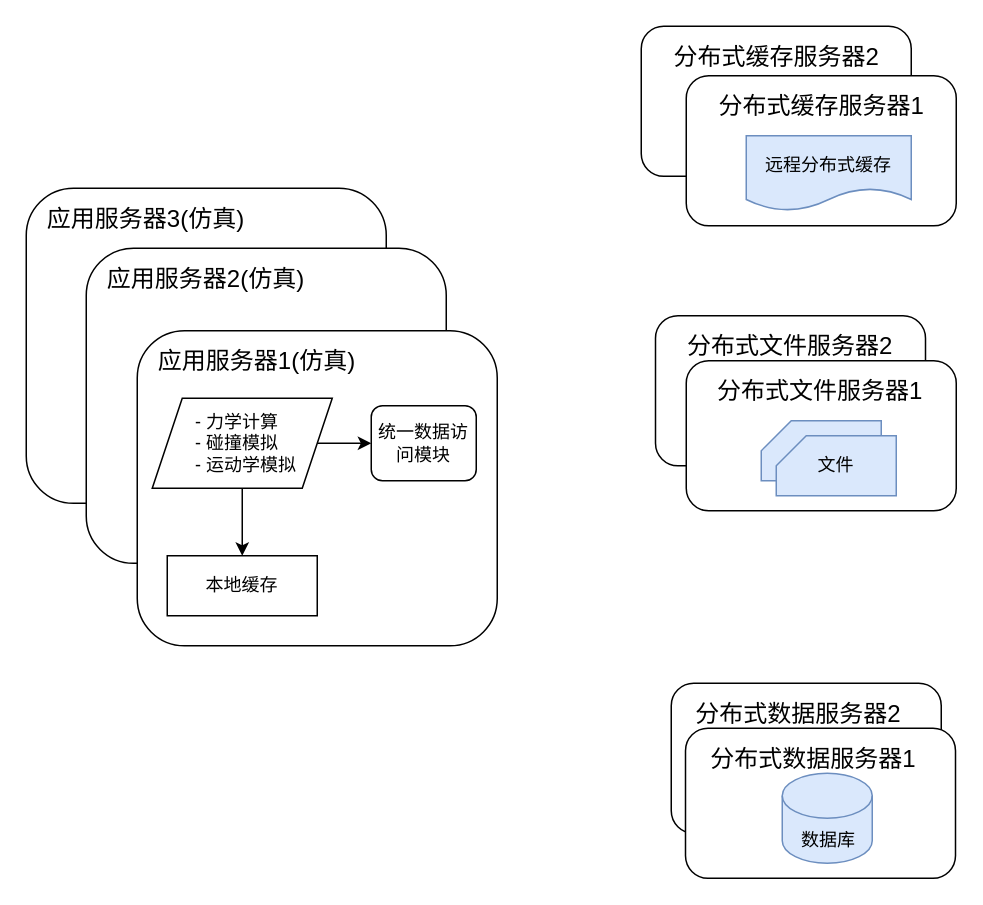
Above: 分布式架构.drawio in deercll/romantic (draw.io), before the change. Source tidied: cells renumbered, new cells numbered last; positions are measured from the earlier drawing's top-left corner, leaving out a move shared by most shapes. Both pictures are drawn from the tidied source at 150%, with x=0, y=0 at pixel (26, 26).
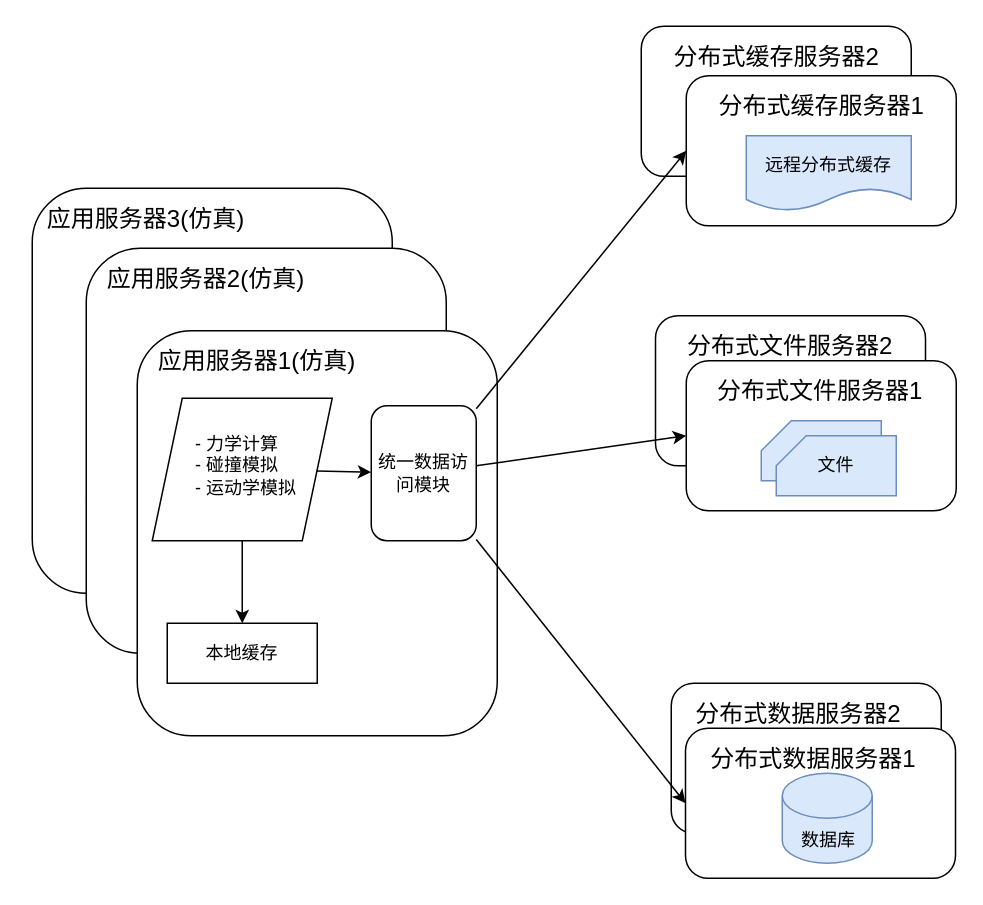
After the change.

Commit message (it also covers changes not shown here):
更新分布式架构.drawio

The change refers to these unchanged cells:
```xml
<mxCell id="12" style="rounded=1;whiteSpace=wrap;html=1;" parent="1" vertex="1">
  <mxGeometry x="440" y="223" width="180" height="100" as="geometry" />
</mxCell>
<mxCell id="17" style="rounded=1;whiteSpace=wrap;html=1;" parent="1" vertex="1">
  <mxGeometry x="439.5" y="468" width="180" height="100" as="geometry" />
</mxCell>
<mxCell id="30" style="rounded=1;whiteSpace=wrap;html=1;" parent="1" vertex="1">
  <mxGeometry x="440" y="33" width="180" height="100" as="geometry" />
</mxCell>
```

The edit, as a diff of the source:
```diff
@@
     <mxCell id="8" style="rounded=1;whiteSpace=wrap;html=1;" parent="1" vertex="1">
-      <mxGeometry y="108" width="240" height="210" as="geometry" />
+      <mxGeometry x="4" y="108" width="240" height="270" as="geometry" />
     </mxCell>
@@
     <mxCell id="10" style="rounded=1;whiteSpace=wrap;html=1;" parent="1" vertex="1">
-      <mxGeometry x="40" y="148" width="240" height="210" as="geometry" />
+      <mxGeometry x="40" y="148" width="240" height="270" as="geometry" />
     </mxCell>
@@
     <mxCell id="21" style="rounded=1;whiteSpace=wrap;html=1;" parent="1" vertex="1">
-      <mxGeometry x="74" y="203" width="240" height="210" as="geometry" />
+      <mxGeometry x="74" y="203" width="240" height="270" as="geometry" />
     </mxCell>
@@
-    <mxCell id="23" style="edgeStyle=orthogonalEdgeStyle;rounded=0;jettySize=auto;html=1;" parent="1" edge="1" source="25" target="27">
+    <mxCell id="23" style="rounded=0;jettySize=auto;html=1;exitX=0.5;exitY=1;exitDx=0;exitDy=0;" parent="1" edge="1" source="25" target="27">
       <mxGeometry relative="1" as="geometry" />
     </mxCell>
-    <mxCell id="24" style="edgeStyle=orthogonalEdgeStyle;rounded=0;jettySize=auto;html=1;" parent="1" edge="1" source="25" target="29">
+    <mxCell id="24" style="rounded=0;jettySize=auto;html=1;" parent="1" edge="1" source="25" target="29">
       <mxGeometry relative="1" as="geometry" />
     </mxCell>
     <mxCell id="25" style="shape=parallelogram;perimeter=parallelogramPerimeter;whiteSpace=wrap;html=1;fixedSize=1;" parent="1" vertex="1">
-      <mxGeometry x="84" y="248" width="120" height="60" as="geometry" />
+      <mxGeometry x="84" y="248" width="120" height="95" as="geometry" />
     </mxCell>
     <mxCell id="26" value="- 力学计算&lt;div&gt;- 碰撞模拟&lt;br&gt;&lt;div&gt;- 运动学模拟&amp;nbsp;&lt;/div&gt;&lt;/div&gt;" style="text;html=1;align=left;verticalAlign=middle;whiteSpace=wrap;rounded=0;" parent="1" vertex="1">
-      <mxGeometry x="111" y="263" width="90" height="30" as="geometry" />
+      <mxGeometry x="111" y="263" width="90" height="60" as="geometry" />
     </mxCell>
     <mxCell id="27" style="verticalLabelPosition=bottom;verticalAlign=top;html=1;shape=mxgraph.basic.rect;fillColor2=none;strokeWidth=1;size=20;indent=5;" parent="1" vertex="1">
-      <mxGeometry x="94" y="353" width="100" height="40" as="geometry" />
+      <mxGeometry x="94" y="398" width="100" height="40" as="geometry" />
     </mxCell>
     <mxCell id="28" value="本地缓存" style="text;html=1;align=center;verticalAlign=middle;whiteSpace=wrap;rounded=0;" parent="1" vertex="1">
-      <mxGeometry x="114" y="358" width="60" height="30" as="geometry" />
+      <mxGeometry x="114" y="403" width="60" height="30" as="geometry" />
     </mxCell>
+    <mxCell id="34" style="rounded=0;jettySize=auto;html=1;entryX=0;entryY=0.5;entryDx=0;entryDy=0;" parent="1" edge="1" source="29" target="30">
+      <mxGeometry relative="1" as="geometry" />
+    </mxCell>
+    <mxCell id="35" style="rounded=0;jettySize=auto;html=1;entryX=0;entryY=0.5;entryDx=0;entryDy=0;" parent="1" edge="1" source="29" target="12">
+      <mxGeometry relative="1" as="geometry" />
+    </mxCell>
+    <mxCell id="36" style="rounded=0;jettySize=auto;html=1;entryX=0;entryY=0.5;entryDx=0;entryDy=0;" parent="1" edge="1" source="29" target="17">
+      <mxGeometry relative="1" as="geometry" />
+    </mxCell>
     <mxCell id="29" value="统一数据访问模块" style="rounded=1;whiteSpace=wrap;html=1;" parent="1" vertex="1">
-      <mxGeometry x="230" y="253" width="70" height="50" as="geometry" />
+      <mxGeometry x="230" y="253" width="70" height="90" as="geometry" />
     </mxCell>
```
